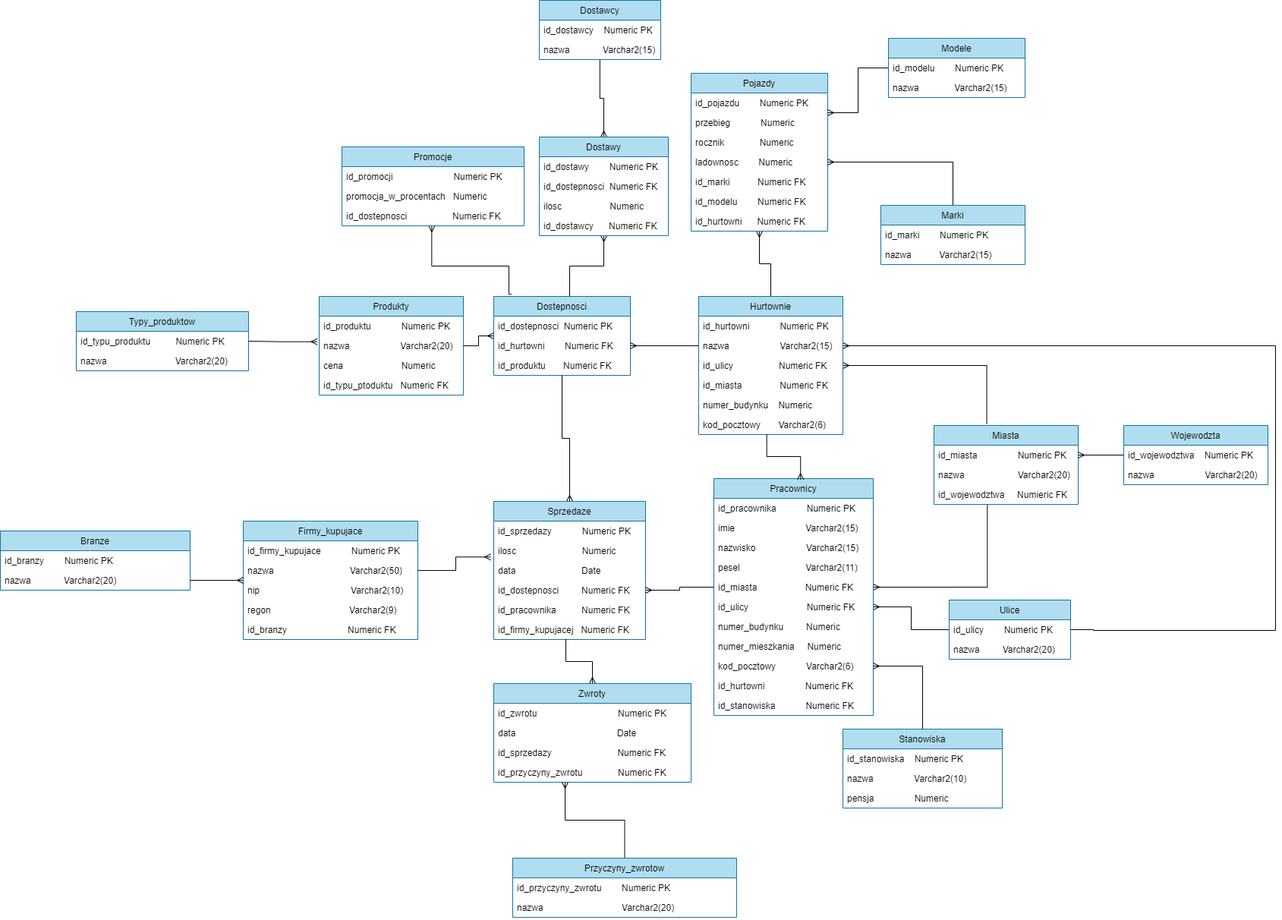
The draw.io diagram baza/diagram.png in Makrol/Bazy_danych_2, before a commit. Source tidied: cells renumbered, new cells last; positions are measured from the earlier drawing's top-left corner, leaving out a move shared by most shapes.
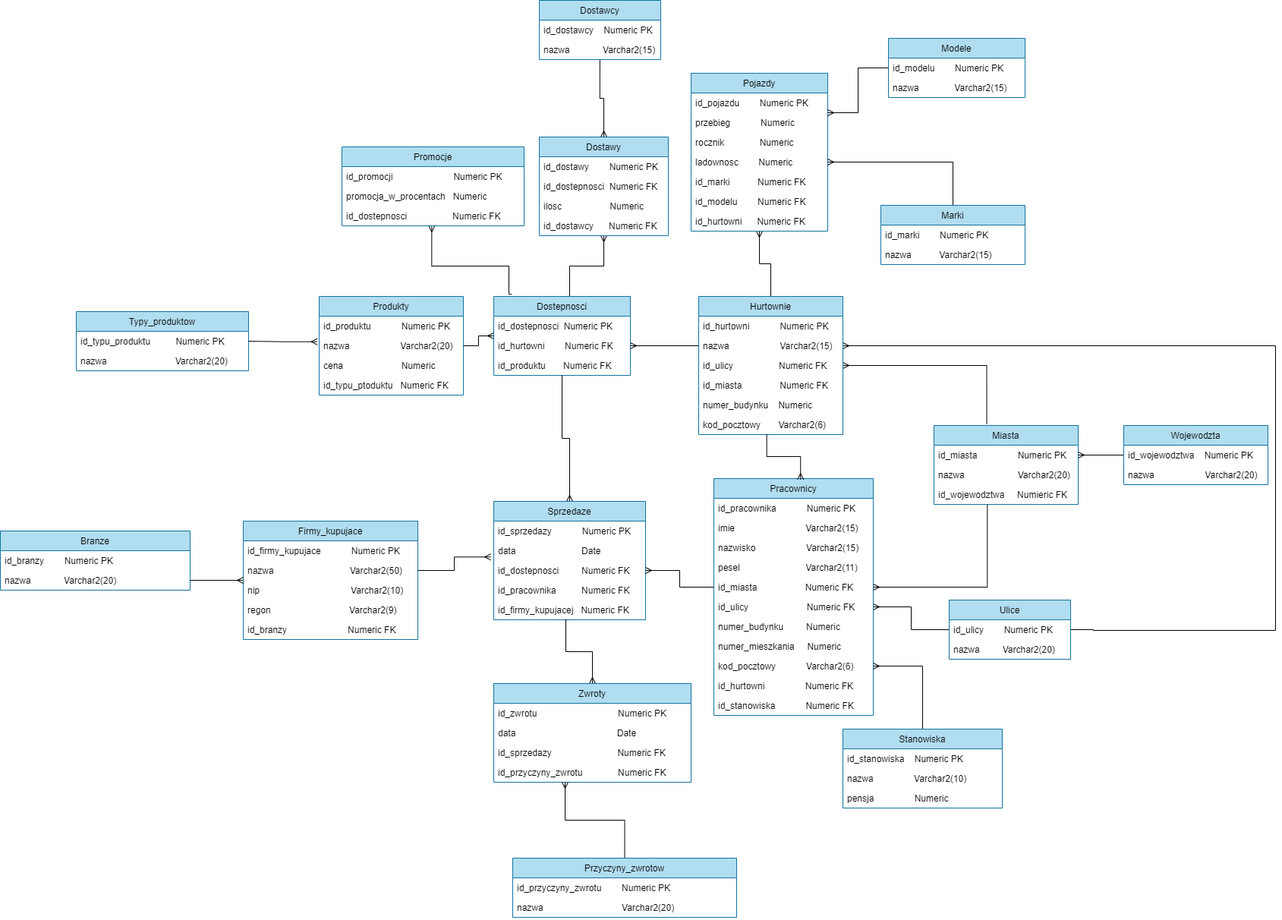
After the change.

Change to the diagram source:
```diff
@@ -194,25 +194,22 @@
       <mxGeometry relative="1" as="geometry" />
     </mxCell>
     <mxCell id="57" value="Sprzedaze" style="swimlane;fontStyle=0;horizontal=1;startSize=26;fillColor=#b1ddf0;strokeColor=#10739e;" parent="1" vertex="1">
-      <mxGeometry x="650" y="660" width="200" height="182" as="geometry" />
+      <mxGeometry x="650" y="660" width="200" height="156" as="geometry" />
     </mxCell>
     <mxCell id="58" value="id_sprzedazy            Numeric PK" style="text;strokeColor=none;fillColor=none;align=left;verticalAlign=top;spacingLeft=4;spacingRight=4;overflow=hidden;" parent="57" vertex="1">
       <mxGeometry y="26" width="200" height="26" as="geometry" />
     </mxCell>
-    <mxCell id="59" value="ilosc                          Numeric" style="text;strokeColor=none;fillColor=none;align=left;verticalAlign=top;spacingLeft=4;spacingRight=4;overflow=hidden;points=[[0,0.5],[1,0.5]];portConstraint=eastwest;" parent="57" vertex="1">
-      <mxGeometry y="52" width="200" height="26" as="geometry" />
-    </mxCell>
     <mxCell id="60" value="data                          Date" style="text;strokeColor=none;fillColor=none;align=left;verticalAlign=top;spacingLeft=4;spacingRight=4;overflow=hidden;" parent="57" vertex="1">
-      <mxGeometry y="78" width="200" height="26" as="geometry" />
+      <mxGeometry y="52" width="200" height="26" as="geometry" />
     </mxCell>
     <mxCell id="61" value="id_dostepnosci         Numeric FK" style="text;strokeColor=none;fillColor=none;align=left;verticalAlign=top;spacingLeft=4;spacingRight=4;overflow=hidden;points=[[0,0.5],[1,0.5]];portConstraint=eastwest;" parent="57" vertex="1">
-      <mxGeometry y="104" width="200" height="26" as="geometry" />
+      <mxGeometry y="78" width="200" height="26" as="geometry" />
     </mxCell>
     <mxCell id="62" value="id_pracownika          Numeric FK" style="text;strokeColor=none;fillColor=none;align=left;verticalAlign=top;spacingLeft=4;spacingRight=4;overflow=hidden;" parent="57" vertex="1">
-      <mxGeometry y="130" width="200" height="26" as="geometry" />
+      <mxGeometry y="104" width="200" height="26" as="geometry" />
     </mxCell>
     <mxCell id="63" value="id_firmy_kupujacej   Numeric FK" style="text;strokeColor=none;fillColor=none;align=left;verticalAlign=top;spacingLeft=4;spacingRight=4;overflow=hidden;points=[[0,0.5],[1,0.5]];portConstraint=eastwest;" parent="57" vertex="1">
-      <mxGeometry y="156" width="200" height="26" as="geometry" />
+      <mxGeometry y="130" width="200" height="26" as="geometry" />
     </mxCell>
     <mxCell id="64" style="edgeStyle=orthogonalEdgeStyle;rounded=0;jettySize=auto;html=1;exitX=1;exitY=0.5;exitDx=0;exitDy=0;entryX=0;entryY=0.5;entryDx=0;entryDy=0;startArrow=ERmany;startFill=0;endArrow=none;endFill=0;" parent="1" edge="1" source="61" target="17">
       <mxGeometry relative="1" as="geometry" />
@@ -235,8 +232,14 @@
     <mxCell id="70" value="id_branzy                        Numeric FK" style="text;strokeColor=none;fillColor=none;align=left;verticalAlign=top;spacingLeft=4;spacingRight=4;overflow=hidden;" parent="65" vertex="1">
       <mxGeometry y="130" width="230" height="26" as="geometry" />
     </mxCell>
-    <mxCell id="71" style="edgeStyle=orthogonalEdgeStyle;rounded=0;jettySize=auto;html=1;exitX=1;exitY=0.5;exitDx=0;exitDy=0;entryX=-0.02;entryY=0.818;entryDx=0;entryDy=0;entryPerimeter=0;startArrow=none;startFill=0;endArrow=ERmany;endFill=0;" parent="1" edge="1" source="67" target="59">
-      <mxGeometry relative="1" as="geometry" />
+    <mxCell id="71" style="edgeStyle=orthogonalEdgeStyle;rounded=0;jettySize=auto;html=1;exitX=1;exitY=0.5;exitDx=0;exitDy=0;entryX=-0.02;entryY=0.818;entryDx=0;entryDy=0;entryPerimeter=0;startArrow=none;startFill=0;endArrow=ERmany;endFill=0;" parent="1" edge="1" source="67">
+      <mxGeometry relative="1" as="geometry">
+        <mxPoint x="646" y="733.3" as="targetPoint" />
+        <Array as="points">
+          <mxPoint x="598" y="751" />
+          <mxPoint x="598" y="733" />
+        </Array>
+      </mxGeometry>
     </mxCell>
     <mxCell id="72" style="edgeStyle=orthogonalEdgeStyle;rounded=0;jettySize=auto;html=1;entryX=1;entryY=0.5;entryDx=0;entryDy=0;startArrow=none;startFill=0;endArrow=ERmany;endFill=0;" parent="1" edge="1" source="73" target="4">
       <mxGeometry relative="1" as="geometry" />
```
